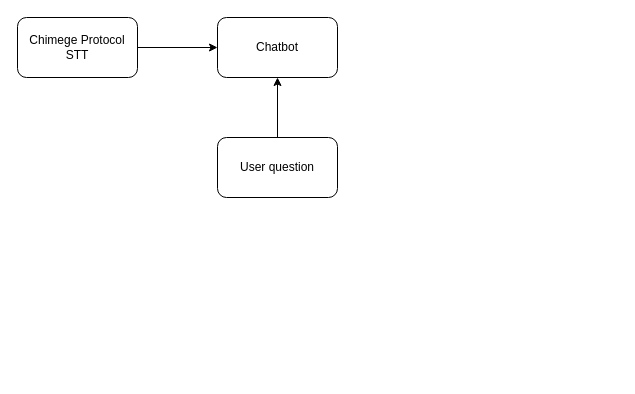
Above: chimege-protocol-chatbot.drawio in orchlonn/design-doc (draw.io), before the change. Source tidied: cells renumbered, new cells numbered last; positions are measured from the earlier drawing's top-left corner, leaving out a move shared by most shapes. Both pictures are drawn from the tidied source at 100%, with x=0, y=0 at pixel (17, 17).
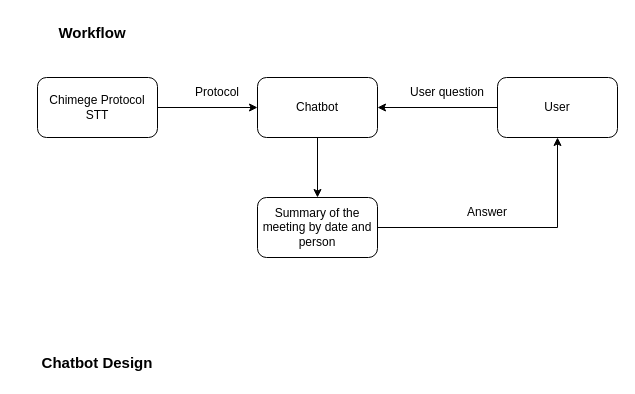
Above is the later version.

Diff of the diagram source:
```diff
@@
 <mxGraphModel>
   <root>
     <mxCell id="0" />
     <mxCell id="1" parent="0" />
     <mxCell id="2" style="edgeStyle=orthogonalEdgeStyle;rounded=0;jettySize=auto;html=1;" parent="1" edge="1" source="3" target="4">
       <mxGeometry relative="1" as="geometry" />
     </mxCell>
     <mxCell id="3" value="Chimege Protocol STT" style="rounded=1;whiteSpace=wrap;html=1;" parent="1" vertex="1">
-      <mxGeometry width="120" height="60" as="geometry" />
+      <mxGeometry x="20" y="60" width="120" height="60" as="geometry" />
     </mxCell>
+    <mxCell id="7" style="edgeStyle=orthogonalEdgeStyle;rounded=0;jettySize=auto;html=1;" parent="1" edge="1" source="4" target="9">
+      <mxGeometry relative="1" as="geometry" />
+    </mxCell>
     <mxCell id="4" value="Chatbot" style="rounded=1;whiteSpace=wrap;html=1;" parent="1" vertex="1">
-      <mxGeometry x="200" width="120" height="60" as="geometry" />
+      <mxGeometry x="240" y="60" width="120" height="60" as="geometry" />
     </mxCell>
     <mxCell id="5" style="edgeStyle=orthogonalEdgeStyle;rounded=0;jettySize=auto;html=1;" parent="1" edge="1" source="6" target="4">
       <mxGeometry relative="1" as="geometry" />
     </mxCell>
-    <mxCell id="6" value="User question" style="rounded=1;whiteSpace=wrap;html=1;" parent="1" vertex="1">
-      <mxGeometry x="200" y="120" width="120" height="60" as="geometry" />
+    <mxCell id="6" value="User" style="rounded=1;whiteSpace=wrap;html=1;" parent="1" vertex="1">
+      <mxGeometry x="480" y="60" width="120" height="60" as="geometry" />
     </mxCell>
+    <mxCell id="8" style="edgeStyle=orthogonalEdgeStyle;rounded=0;jettySize=auto;html=1;entryX=0.5;entryY=1;entryDx=0;entryDy=0;" parent="1" edge="1" source="9" target="6">
+      <mxGeometry relative="1" as="geometry" />
+    </mxCell>
+    <mxCell id="9" value="Summary of the meeting by date and person" style="rounded=1;whiteSpace=wrap;html=1;" parent="1" vertex="1">
+      <mxGeometry x="240" y="180" width="120" height="60" as="geometry" />
+    </mxCell>
+    <mxCell id="10" value="Protocol" style="text;html=1;whiteSpace=wrap;strokeColor=none;fillColor=none;align=center;verticalAlign=middle;rounded=0;" parent="1" vertex="1">
+      <mxGeometry x="170" y="60" width="60" height="30" as="geometry" />
+    </mxCell>
+    <mxCell id="11" value="User question" style="text;html=1;whiteSpace=wrap;strokeColor=none;fillColor=none;align=center;verticalAlign=middle;rounded=0;" parent="1" vertex="1">
+      <mxGeometry x="390" y="60" width="80" height="30" as="geometry" />
+    </mxCell>
+    <mxCell id="12" value="Answer" style="text;html=1;whiteSpace=wrap;strokeColor=none;fillColor=none;align=center;verticalAlign=middle;rounded=0;" parent="1" vertex="1">
+      <mxGeometry x="430" y="180" width="80" height="30" as="geometry" />
+    </mxCell>
+    <mxCell id="13" value="&lt;font style=&quot;font-size: 15px;&quot;&gt;&lt;b&gt;Chatbot Design&lt;/b&gt;&lt;/font&gt;" style="text;html=1;whiteSpace=wrap;strokeColor=none;fillColor=none;align=center;verticalAlign=middle;rounded=0;" parent="1" vertex="1">
+      <mxGeometry x="20" y="330" width="120" height="30" as="geometry" />
+    </mxCell>
+    <mxCell id="14" value="&lt;font style=&quot;font-size: 15px;&quot;&gt;&lt;b&gt;Workflow&lt;/b&gt;&lt;/font&gt;" style="text;html=1;whiteSpace=wrap;strokeColor=none;fillColor=none;align=center;verticalAlign=middle;rounded=0;" parent="1" vertex="1">
+      <mxGeometry x="30" width="90" height="30" as="geometry" />
+    </mxCell>
   </root>
 </mxGraphModel>
```
